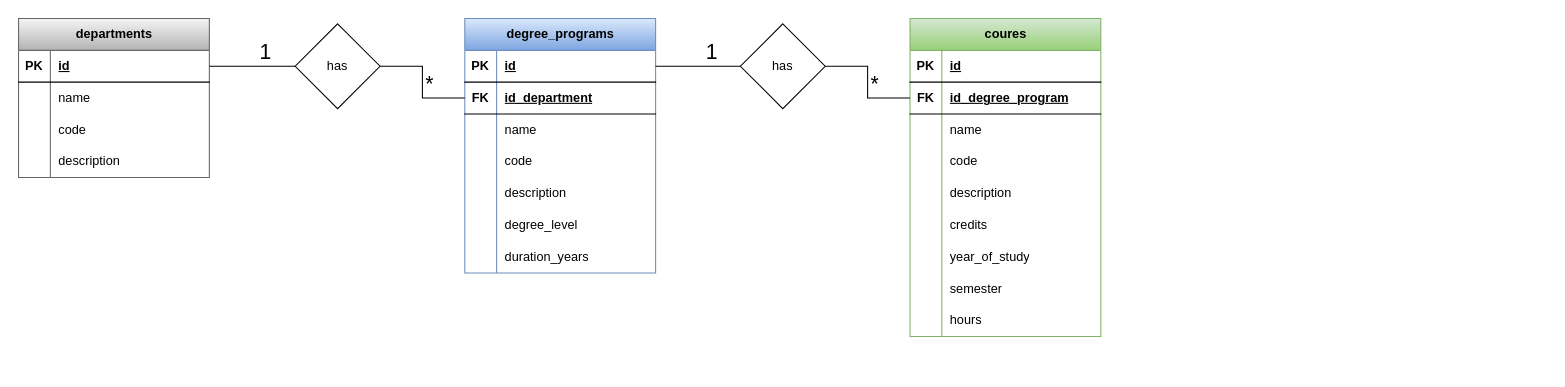
Above: db-university.drawio in giovannimazzi/db-university (draw.io), before the change. Source tidied: cells renumbered, new cells numbered last; positions are measured from the earlier drawing's top-left corner, leaving out a move shared by most shapes. Both pictures are drawn from the tidied source at 106%, with x=0, y=0 at pixel (18, 18).
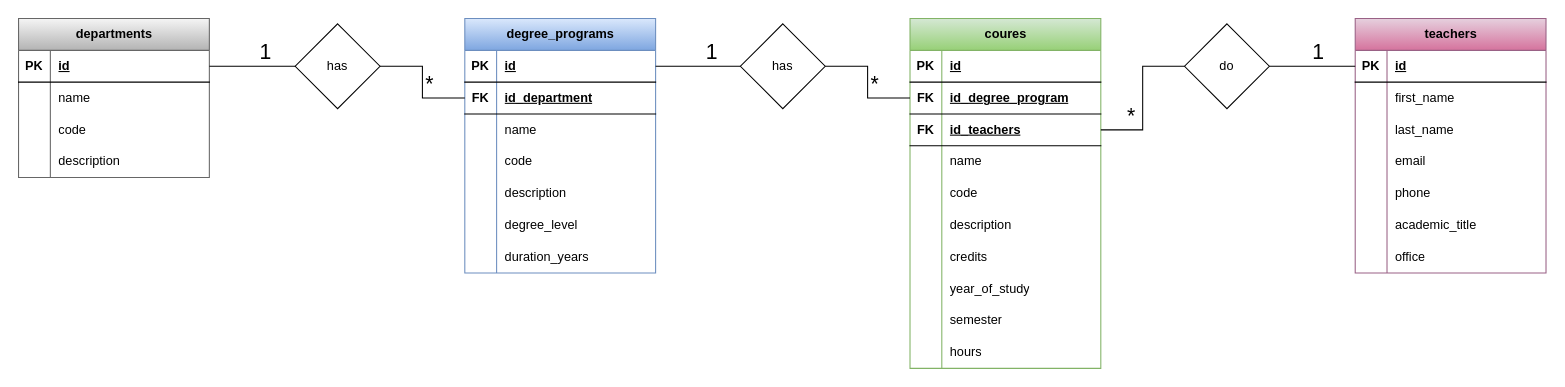
Above is the later version.

Diff of the diagram source:
```diff
@@
     <mxCell id="43" value="coures" style="shape=table;startSize=30;childLayout=tableLayout;rowLines=0;fontStyle=1;align=center;html=1;fillColor=#d5e8d4;strokeColor=#82b366;gradientColor=#97d077;" parent="1" vertex="1">
-      <mxGeometry x="841" width="180" height="300" as="geometry" />
+      <mxGeometry x="841" width="180" height="330" as="geometry" />
     </mxCell>
@@
+    <mxCell id="77" style="shape=tableRow;horizontal=0;startSize=0;swimlaneHead=0;swimlaneBody=0;fillColor=none;points=[[0,0.5],[1,0.5]];portConstraint=eastwest;top=0;left=0;right=0;bottom=1;" parent="43" vertex="1">
+      <mxGeometry y="90" width="180" height="30" as="geometry" />
+    </mxCell>
+    <mxCell id="78" value="FK" style="shape=partialRectangle;fillColor=none;top=0;left=0;bottom=0;right=0;fontStyle=1;overflow=hidden;whiteSpace=wrap;html=1;" parent="77" vertex="1">
+      <mxGeometry width="30" height="30" as="geometry" />
+    </mxCell>
+    <mxCell id="79" value="id_teachers" style="shape=partialRectangle;fillColor=none;top=0;left=0;bottom=0;right=0;align=left;spacingLeft=6;fontStyle=5;overflow=hidden;whiteSpace=wrap;html=1;" parent="77" vertex="1">
+      <mxGeometry x="30" width="150" height="30" as="geometry" />
+    </mxCell>
     <mxCell id="50" style="shape=tableRow;horizontal=0;startSize=0;swimlaneHead=0;swimlaneBody=0;fillColor=none;top=0;left=0;right=0;bottom=0;" parent="43" vertex="1">
-      <mxGeometry y="90" width="180" height="30" as="geometry" />
+      <mxGeometry y="120" width="180" height="30" as="geometry" />
     </mxCell>
@@
     <mxCell id="53" style="shape=tableRow;horizontal=0;startSize=0;swimlaneHead=0;swimlaneBody=0;fillColor=none;top=0;left=0;right=0;bottom=0;" parent="43" vertex="1">
-      <mxGeometry y="120" width="180" height="30" as="geometry" />
+      <mxGeometry y="150" width="180" height="30" as="geometry" />
     </mxCell>
@@
     <mxCell id="56" style="shape=tableRow;horizontal=0;startSize=0;swimlaneHead=0;swimlaneBody=0;fillColor=none;top=0;left=0;right=0;bottom=0;" parent="43" vertex="1">
-      <mxGeometry y="150" width="180" height="30" as="geometry" />
+      <mxGeometry y="180" width="180" height="30" as="geometry" />
     </mxCell>
@@
     <mxCell id="59" style="shape=tableRow;horizontal=0;startSize=0;swimlaneHead=0;swimlaneBody=0;fillColor=none;top=0;left=0;right=0;bottom=0;" parent="43" vertex="1">
-      <mxGeometry y="180" width="180" height="30" as="geometry" />
+      <mxGeometry y="210" width="180" height="30" as="geometry" />
     </mxCell>
@@
     <mxCell id="62" style="shape=tableRow;horizontal=0;startSize=0;swimlaneHead=0;swimlaneBody=0;fillColor=none;top=0;left=0;right=0;bottom=0;" parent="43" vertex="1">
-      <mxGeometry y="210" width="180" height="30" as="geometry" />
+      <mxGeometry y="240" width="180" height="30" as="geometry" />
     </mxCell>
@@
     <mxCell id="65" style="shape=tableRow;horizontal=0;startSize=0;swimlaneHead=0;swimlaneBody=0;fillColor=none;top=0;left=0;right=0;bottom=0;" parent="43" vertex="1">
-      <mxGeometry y="240" width="180" height="30" as="geometry" />
+      <mxGeometry y="270" width="180" height="30" as="geometry" />
     </mxCell>
@@
     <mxCell id="68" style="shape=tableRow;horizontal=0;startSize=0;swimlaneHead=0;swimlaneBody=0;fillColor=none;top=0;left=0;right=0;bottom=0;" parent="43" vertex="1">
-      <mxGeometry y="270" width="180" height="30" as="geometry" />
+      <mxGeometry y="300" width="180" height="30" as="geometry" />
     </mxCell>
@@
     <mxCell id="71" style="group;" parent="1" vertex="1">
-      <mxGeometry x="681" y="5" width="80" height="80" as="geometry" />
+      <mxGeometry x="681" y="5" width="110" height="80" as="geometry" />
     </mxCell>
@@
+    <mxCell id="80" style="group;" parent="71" vertex="1">
+      <mxGeometry x="419" width="80" height="80" as="geometry" />
+    </mxCell>
+    <mxCell id="81" value="do" style="rhombus;whiteSpace=wrap;html=1;" parent="80" vertex="1">
+      <mxGeometry width="80" height="80" as="geometry" />
+    </mxCell>
@@
+    <mxCell id="82" value="teachers" style="shape=table;startSize=30;childLayout=tableLayout;rowLines=0;fontStyle=1;align=center;html=1;fillColor=#e6d0de;strokeColor=#996185;gradientColor=#d5739d;" parent="1" vertex="1">
+      <mxGeometry x="1261" width="180" height="240" as="geometry" />
+    </mxCell>
+    <mxCell id="83" style="shape=tableRow;horizontal=0;startSize=0;swimlaneHead=0;swimlaneBody=0;fillColor=none;points=[[0,0.5],[1,0.5]];portConstraint=eastwest;top=0;left=0;right=0;bottom=1;" parent="82" vertex="1">
+      <mxGeometry y="30" width="180" height="30" as="geometry" />
+    </mxCell>
+    <mxCell id="84" value="PK" style="shape=partialRectangle;fillColor=none;top=0;left=0;bottom=0;right=0;fontStyle=1;overflow=hidden;whiteSpace=wrap;html=1;" parent="83" vertex="1">
+      <mxGeometry width="30" height="30" as="geometry" />
+    </mxCell>
+    <mxCell id="85" value="id" style="shape=partialRectangle;fillColor=none;top=0;left=0;bottom=0;right=0;align=left;spacingLeft=6;fontStyle=5;overflow=hidden;whiteSpace=wrap;html=1;" parent="83" vertex="1">
+      <mxGeometry x="30" width="150" height="30" as="geometry" />
+    </mxCell>
+    <mxCell id="86" style="shape=tableRow;horizontal=0;startSize=0;swimlaneHead=0;swimlaneBody=0;fillColor=none;top=0;left=0;right=0;bottom=0;" parent="82" vertex="1">
+      <mxGeometry y="60" width="180" height="30" as="geometry" />
+    </mxCell>
+    <mxCell id="87" style="shape=partialRectangle;fillColor=none;top=0;left=0;bottom=0;right=0;overflow=hidden;whiteSpace=wrap;html=1;" parent="86" vertex="1">
+      <mxGeometry width="30" height="30" as="geometry" />
+    </mxCell>
+    <mxCell id="88" value="first_name" style="shape=partialRectangle;fillColor=none;top=0;left=0;bottom=0;right=0;align=left;spacingLeft=6;overflow=hidden;whiteSpace=wrap;html=1;" parent="86" vertex="1">
+      <mxGeometry x="30" width="150" height="30" as="geometry" />
+    </mxCell>
+    <mxCell id="89" style="shape=tableRow;horizontal=0;startSize=0;swimlaneHead=0;swimlaneBody=0;fillColor=none;top=0;left=0;right=0;bottom=0;" parent="82" vertex="1">
+      <mxGeometry y="90" width="180" height="30" as="geometry" />
+    </mxCell>
+    <mxCell id="90" style="shape=partialRectangle;fillColor=none;top=0;left=0;bottom=0;right=0;overflow=hidden;whiteSpace=wrap;html=1;" parent="89" vertex="1">
+      <mxGeometry width="30" height="30" as="geometry" />
+    </mxCell>
+    <mxCell id="91" value="last_name" style="shape=partialRectangle;fillColor=none;top=0;left=0;bottom=0;right=0;align=left;spacingLeft=6;overflow=hidden;whiteSpace=wrap;html=1;" parent="89" vertex="1">
+      <mxGeometry x="30" width="150" height="30" as="geometry" />
+    </mxCell>
+    <mxCell id="92" style="shape=tableRow;horizontal=0;startSize=0;swimlaneHead=0;swimlaneBody=0;fillColor=none;top=0;left=0;right=0;bottom=0;" parent="82" vertex="1">
+      <mxGeometry y="120" width="180" height="30" as="geometry" />
+    </mxCell>
+    <mxCell id="93" style="shape=partialRectangle;fillColor=none;top=0;left=0;bottom=0;right=0;overflow=hidden;whiteSpace=wrap;html=1;" parent="92" vertex="1">
+      <mxGeometry width="30" height="30" as="geometry" />
+    </mxCell>
+    <mxCell id="94" value="email" style="shape=partialRectangle;fillColor=none;top=0;left=0;bottom=0;right=0;align=left;spacingLeft=6;overflow=hidden;whiteSpace=wrap;html=1;" parent="92" vertex="1">
+      <mxGeometry x="30" width="150" height="30" as="geometry" />
+    </mxCell>
+    <mxCell id="95" style="shape=tableRow;horizontal=0;startSize=0;swimlaneHead=0;swimlaneBody=0;fillColor=none;top=0;left=0;right=0;bottom=0;" parent="82" vertex="1">
+      <mxGeometry y="150" width="180" height="30" as="geometry" />
+    </mxCell>
+    <mxCell id="96" style="shape=partialRectangle;fillColor=none;top=0;left=0;bottom=0;right=0;overflow=hidden;whiteSpace=wrap;html=1;" parent="95" vertex="1">
+      <mxGeometry width="30" height="30" as="geometry" />
+    </mxCell>
+    <mxCell id="97" value="phone" style="shape=partialRectangle;fillColor=none;top=0;left=0;bottom=0;right=0;align=left;spacingLeft=6;overflow=hidden;whiteSpace=wrap;html=1;" parent="95" vertex="1">
+      <mxGeometry x="30" width="150" height="30" as="geometry" />
+    </mxCell>
+    <mxCell id="98" style="shape=tableRow;horizontal=0;startSize=0;swimlaneHead=0;swimlaneBody=0;fillColor=none;top=0;left=0;right=0;bottom=0;" parent="82" vertex="1">
+      <mxGeometry y="180" width="180" height="30" as="geometry" />
+    </mxCell>
+    <mxCell id="99" style="shape=partialRectangle;fillColor=none;top=0;left=0;bottom=0;right=0;overflow=hidden;whiteSpace=wrap;html=1;" parent="98" vertex="1">
+      <mxGeometry width="30" height="30" as="geometry" />
+    </mxCell>
+    <mxCell id="100" value="academic_title" style="shape=partialRectangle;fillColor=none;top=0;left=0;bottom=0;right=0;align=left;spacingLeft=6;overflow=hidden;whiteSpace=wrap;html=1;" parent="98" vertex="1">
+      <mxGeometry x="30" width="150" height="30" as="geometry" />
+    </mxCell>
+    <mxCell id="101" style="shape=tableRow;horizontal=0;startSize=0;swimlaneHead=0;swimlaneBody=0;fillColor=none;top=0;left=0;right=0;bottom=0;" parent="82" vertex="1">
+      <mxGeometry y="210" width="180" height="30" as="geometry" />
+    </mxCell>
+    <mxCell id="102" style="shape=partialRectangle;fillColor=none;top=0;left=0;bottom=0;right=0;overflow=hidden;whiteSpace=wrap;html=1;" parent="101" vertex="1">
+      <mxGeometry width="30" height="30" as="geometry" />
+    </mxCell>
+    <mxCell id="103" value="office" style="shape=partialRectangle;fillColor=none;top=0;left=0;bottom=0;right=0;align=left;spacingLeft=6;overflow=hidden;whiteSpace=wrap;html=1;" parent="101" vertex="1">
+      <mxGeometry x="30" width="150" height="30" as="geometry" />
+    </mxCell>
+    <mxCell id="104" style="endArrow=none;html=1;rounded=0;exitX=0;exitY=0.5;exitDx=0;exitDy=0;entryX=1;entryY=0.5;entryDx=0;entryDy=0;edgeStyle=orthogonalEdgeStyle;" parent="1" edge="1" source="81" target="77">
+      <mxGeometry relative="1" as="geometry" />
+    </mxCell>
+    <mxCell id="105" value="*" style="html=1;whiteSpace=wrap;align=right;verticalAlign=bottom;fontSize=20;" parent="104" vertex="1">
+      <mxGeometry x="1" relative="1" as="geometry">
+        <mxPoint x="34" as="offset" />
+      </mxGeometry>
+    </mxCell>
+    <mxCell id="106" style="endArrow=none;html=1;rounded=0;exitX=1;exitY=0.5;exitDx=0;exitDy=0;entryX=0;entryY=0.5;entryDx=0;entryDy=0;edgeStyle=orthogonalEdgeStyle;" parent="1" edge="1" source="81" target="83">
+      <mxGeometry relative="1" as="geometry" />
+    </mxCell>
+    <mxCell id="107" value="1" style="html=1;whiteSpace=wrap;align=right;verticalAlign=bottom;fontSize=20;" parent="106" vertex="1">
+      <mxGeometry x="1" relative="1" as="geometry">
+        <mxPoint x="-28" as="offset" />
+      </mxGeometry>
+    </mxCell>
```
